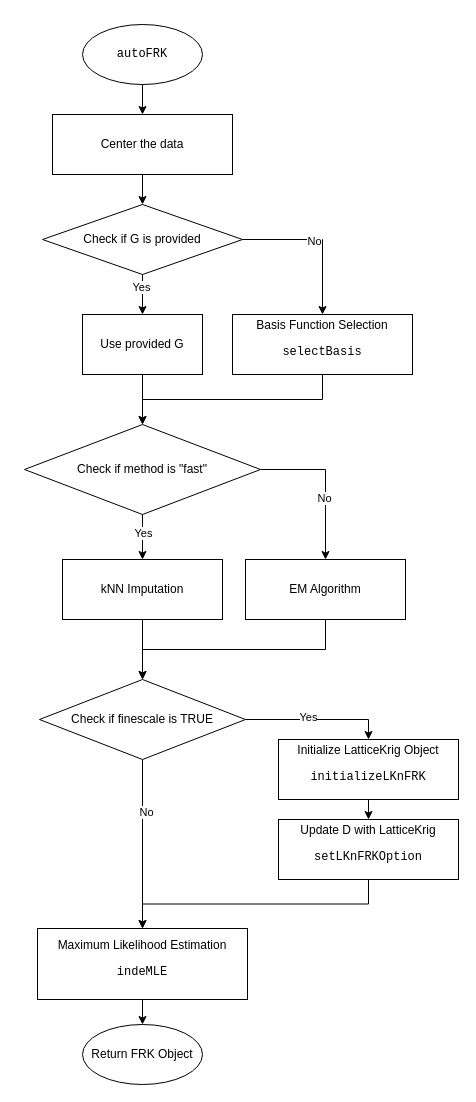
Earlier version of the draw.io diagram page "autoFRK" (1 of 2) of flowcharts/autoFRK.drawio (Josh-test-lab/autoFRK-python). Source tidied: cells renumbered, new cells numbered last; positions are measured from the earlier drawing's top-left corner, leaving out a move shared by most shapes. Both pictures are drawn from the tidied source at 100%, with x=0, y=0 at pixel (24, 24).
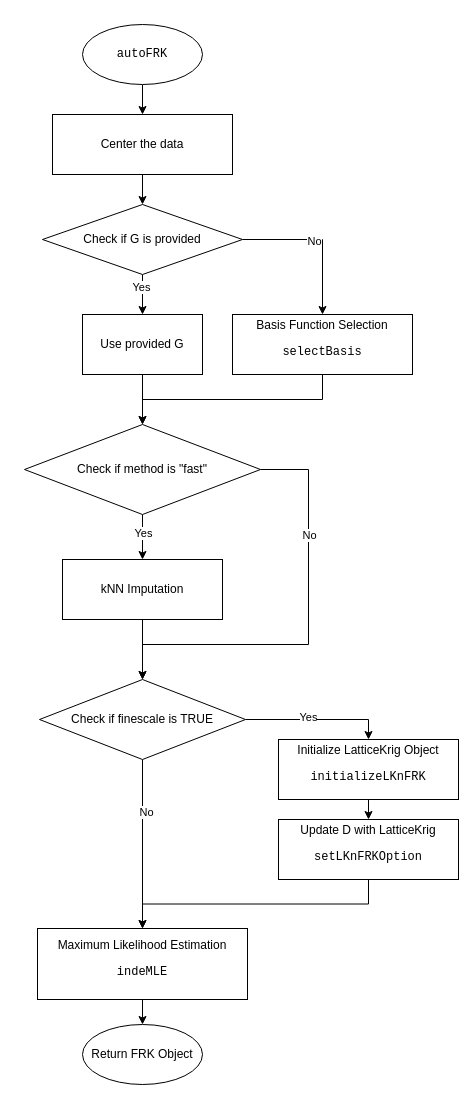
After the change.

The change refers to these unchanged cells:
```xml
<mxCell id="10" value="Check if method is &quot;fast&quot;" style="rhombus;whiteSpace=wrap;html=1;" parent="1" vertex="1">
  <mxGeometry y="400" width="236" height="90" as="geometry" />
</mxCell>
<mxCell id="35" value="Check if finescale is TRUE" style="rhombus;whiteSpace=wrap;html=1;rounded=0;" parent="1" vertex="1">
  <mxGeometry x="15" y="655" width="206" height="80" as="geometry" />
</mxCell>
```

Change to the diagram source:
```diff
@@
-    <mxCell id="8" style="edgeStyle=orthogonalEdgeStyle;rounded=0;html=1;exitX=1;exitY=0.5;exitDx=0;exitDy=0;entryX=0.5;entryY=0;entryDx=0;entryDy=0;" parent="1" edge="1" source="10" target="14">
-      <mxGeometry relative="1" as="geometry" />
+    <mxCell id="8" style="edgeStyle=orthogonalEdgeStyle;rounded=0;html=1;exitX=1;exitY=0.5;exitDx=0;exitDy=0;entryX=0.5;entryY=0;entryDx=0;entryDy=0;" parent="1" edge="1" source="10" target="35">
+      <mxGeometry relative="1" as="geometry">
+        <Array as="points">
+          <mxPoint x="284" y="445" />
+          <mxPoint x="284" y="620" />
+          <mxPoint x="118" y="620" />
+        </Array>
+      </mxGeometry>
     </mxCell>
     <mxCell id="9" value="No" style="edgeLabel;html=1;align=center;verticalAlign=middle;" parent="8" vertex="1">
-      <mxGeometry x="0.2" y="-2" relative="1" as="geometry" />
+      <mxGeometry x="0.2" y="-2" relative="1" as="geometry">
+        <mxPoint x="31" y="-108" as="offset" />
+      </mxGeometry>
     </mxCell>
@@
-    <mxCell id="13" style="edgeStyle=orthogonalEdgeStyle;rounded=0;html=1;exitX=0.5;exitY=1;exitDx=0;exitDy=0;entryX=0.5;entryY=0;entryDx=0;entryDy=0;" parent="1" edge="1" source="14" target="35">
-      <mxGeometry relative="1" as="geometry" />
-    </mxCell>
-    <mxCell id="14" value="EM Algorithm" style="rounded=0;whiteSpace=wrap;html=1;" parent="1" vertex="1">
-      <mxGeometry x="221" y="535" width="160" height="60" as="geometry" />
-    </mxCell>
@@
-    <mxCell id="20" parent="1" edge="1" source="14" />
+    <mxCell id="20" parent="1" edge="1" />
```
